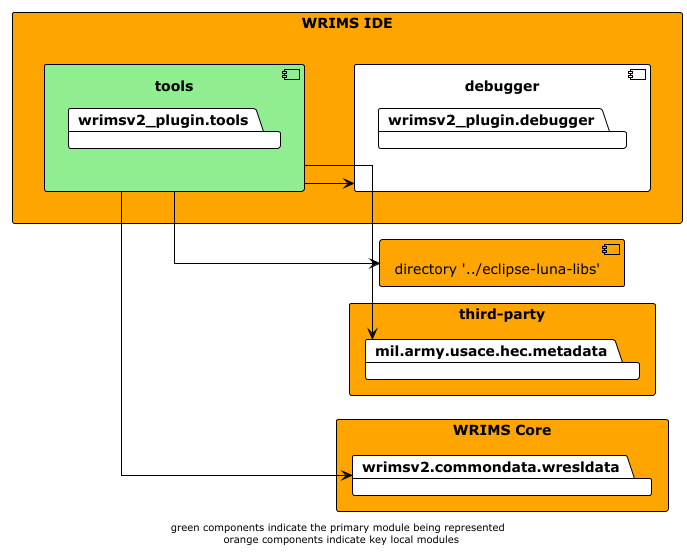
CentralValleyModeling/wrims-gui keeps this PlantUML diagram as docs/diagrams/wrims-ide/wrims-ide_tools.png. Above is the earlier version. The source it was exported from:
```plantuml
@startuml

!theme plain
left to right direction
skinparam linetype ortho

rectangle wrims-ide as "WRIMS IDE" #orange {
    component tools #lightgreen {
        package wrimsv2_plugin.tools
    }
    component debugger {
        package wrimsv2_plugin.debugger
    }
}

component luna_libs as "directory '../eclipse-luna-libs'" #orange
rectangle third-party #orange {
    package mil.army.usace.hec.metadata
}

rectangle wrims-core as "WRIMS Core" #orange {
    package wrimsv2.commondata.wresldata
}

tools -down-> luna_libs
tools -down-> debugger
tools -down-> mil.army.usace.hec.metadata
tools -down-> wrimsv2.commondata.wresldata

footer "green components indicate the primary module being represented \n orange components indicate key local modules"
@enduml
```
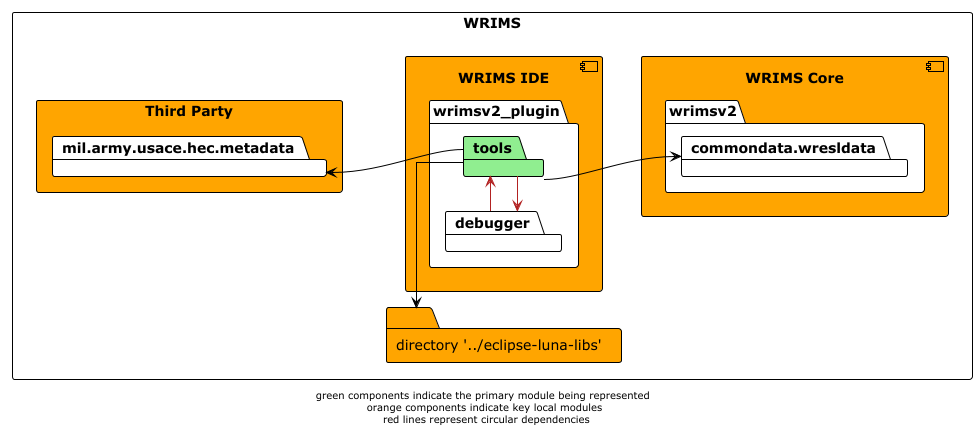
The same file after the commit.

Diff of the diagram source:
```diff
@@ -4,28 +4,31 @@
 left to right direction
 skinparam linetype ortho
 
-rectangle wrims-ide as "WRIMS IDE" #orange {
-    component tools #lightgreen {
-        package wrimsv2_plugin.tools
+rectangle WRIMS {
+    component wrims-ide as "WRIMS IDE" #orange {
+        package wrimsv2_plugin {
+            package tools #lightgreen
+            package debugger
+        }
     }
-    component debugger {
-        package wrimsv2_plugin.debugger
+
+    folder luna_libs as "directory '../eclipse-luna-libs'" #orange
+    rectangle third-party as "Third Party" #orange {
+        package mil.army.usace.hec.metadata
+    }
+
+    component wrims-core as "WRIMS Core" #orange {
+        package wrimsv2 {
+            package commondata.wresldata
+        }
     }
 }
+tools -r-> luna_libs
+tools -l-> debugger #firebrick
+tools -u-> mil.army.usace.hec.metadata
+tools -down-> commondata.wresldata
 
-component luna_libs as "directory '../eclipse-luna-libs'" #orange
-rectangle third-party #orange {
-    package mil.army.usace.hec.metadata
-}
+debugger -> tools #firebrick
 
-rectangle wrims-core as "WRIMS Core" #orange {
-    package wrimsv2.commondata.wresldata
-}
-
-tools -down-> luna_libs
-tools -down-> debugger
-tools -down-> mil.army.usace.hec.metadata
-tools -down-> wrimsv2.commondata.wresldata
-
-footer "green components indicate the primary module being represented \n orange components indicate key local modules"
+footer "green components indicate the primary module being represented \n orange components indicate key local modules \n red lines represent circular dependencies"
 @enduml
```
